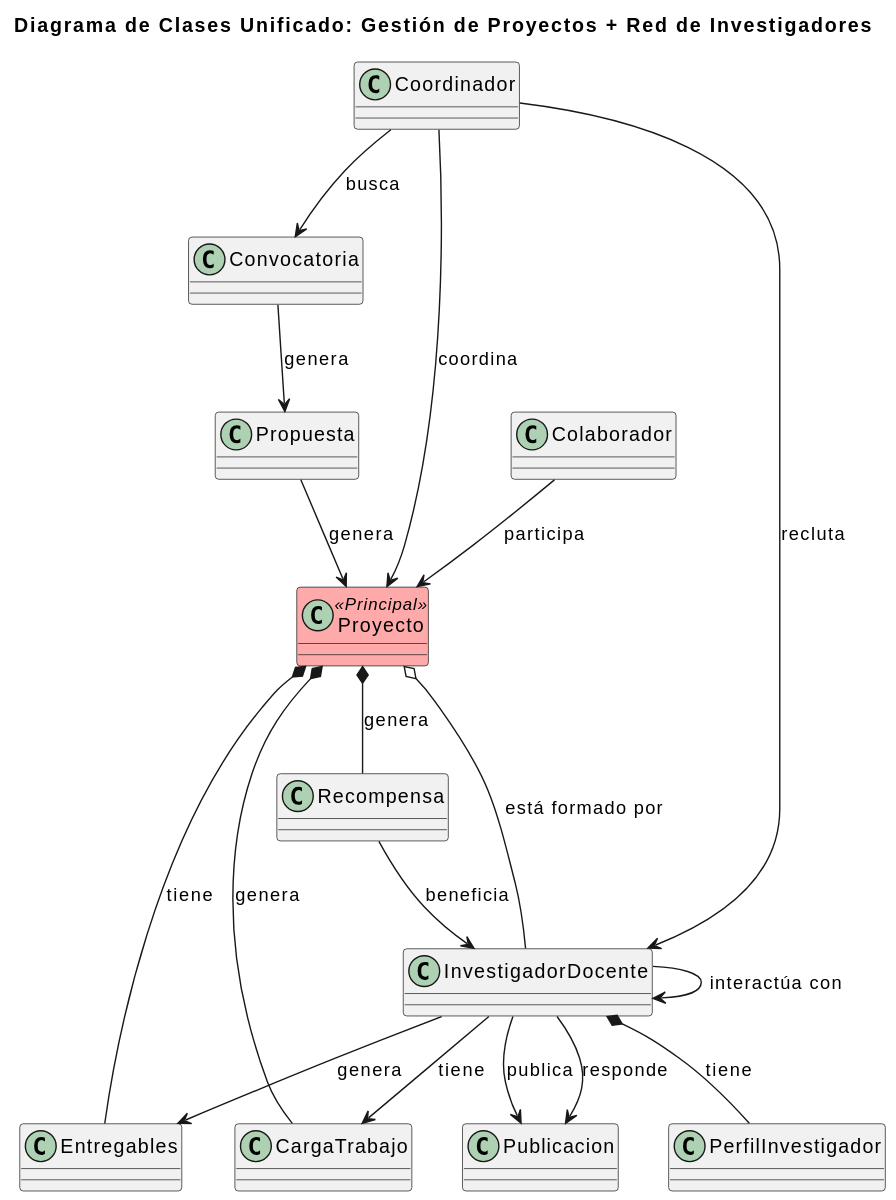
beatriizorozco/25-26-idsw2-sdVC keeps this PlantUML diagram as images/RUP/00-casos-uso/00-modelo-del-dominio/00-diagrama-clases/diagrama-clases-proyecto-red.svg. Above is the earlier version.
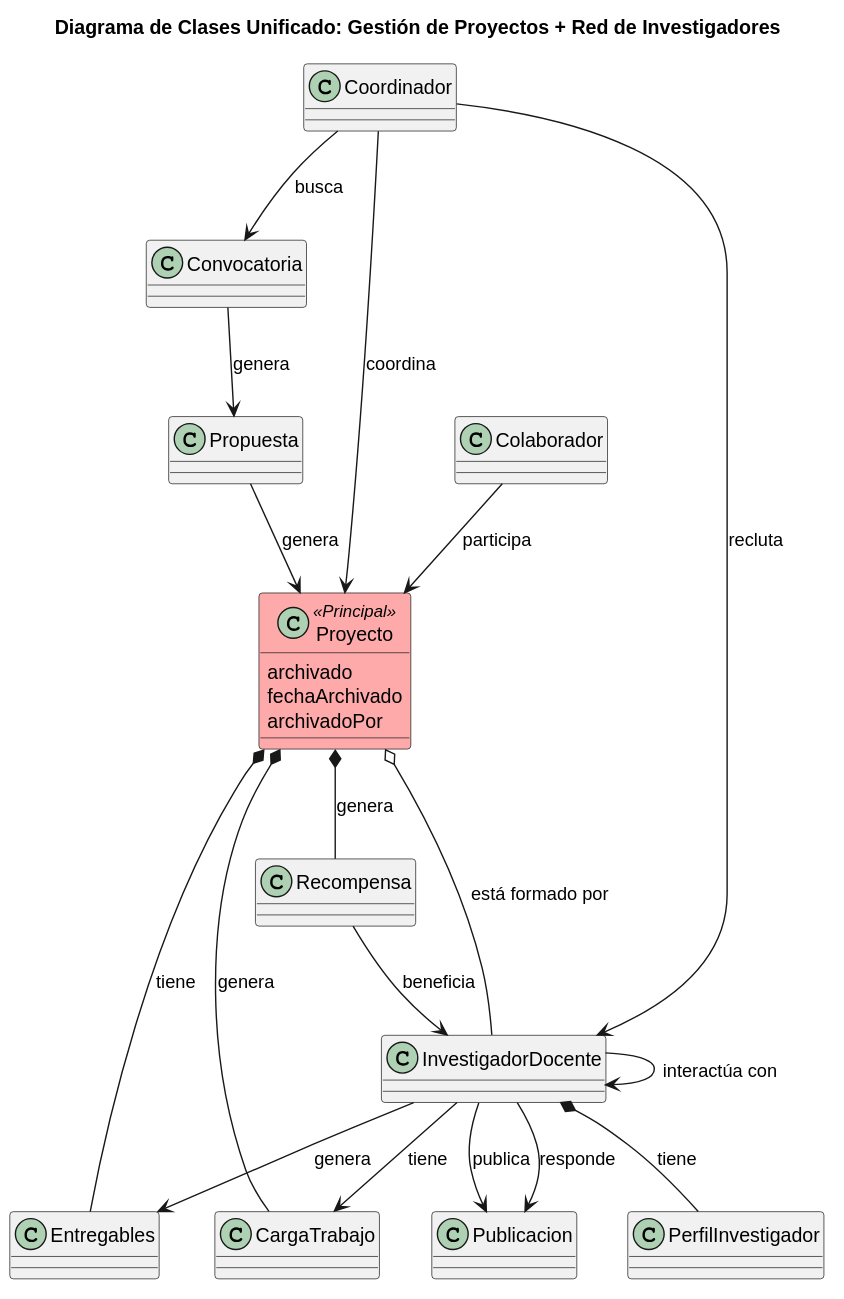
After the commit.

Change to the diagram source:
```diff
@@ -2,6 +2,9 @@
 title "Diagrama de Clases Unificado: Gestión de Proyectos + Red de Investigadores"
 
 class Proyecto <<Principal>> #FFAAAA {
+  archivado
+  fechaArchivado
+  archivadoPor
 }
 
 class Convocatoria {
```
